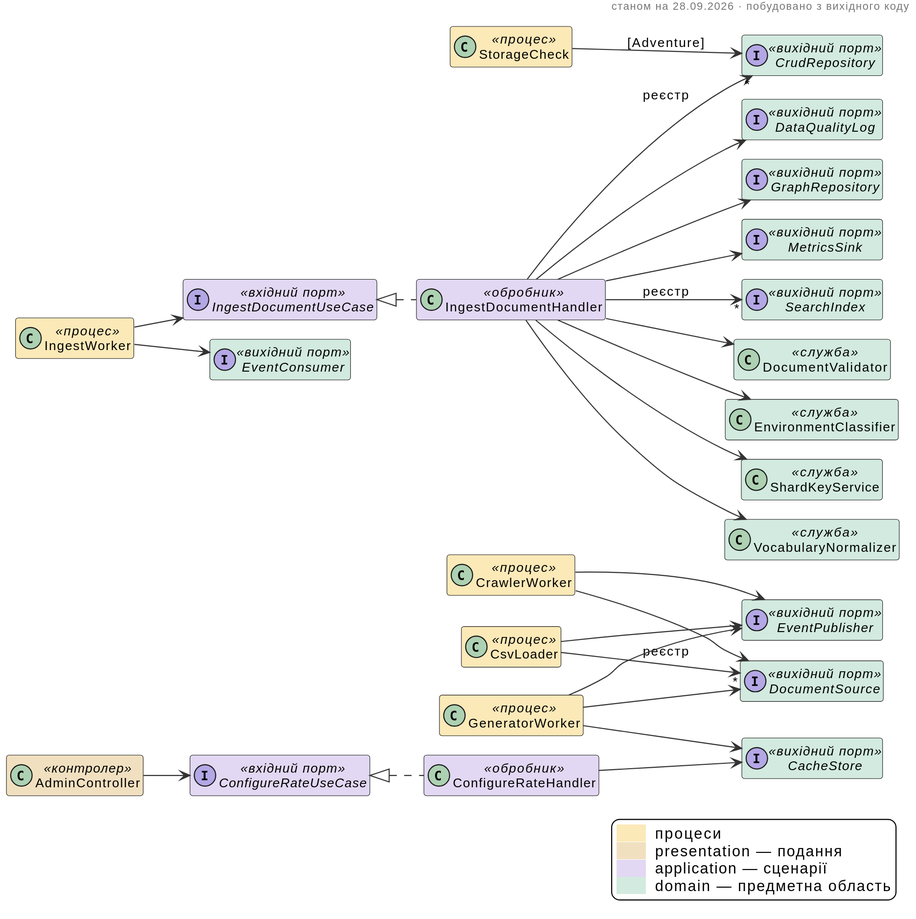
This is docs/diagrams/05-command-path.svg from Oleksiiska/DB_coursework_D-D, a PlantUML export, as it was before one commit.
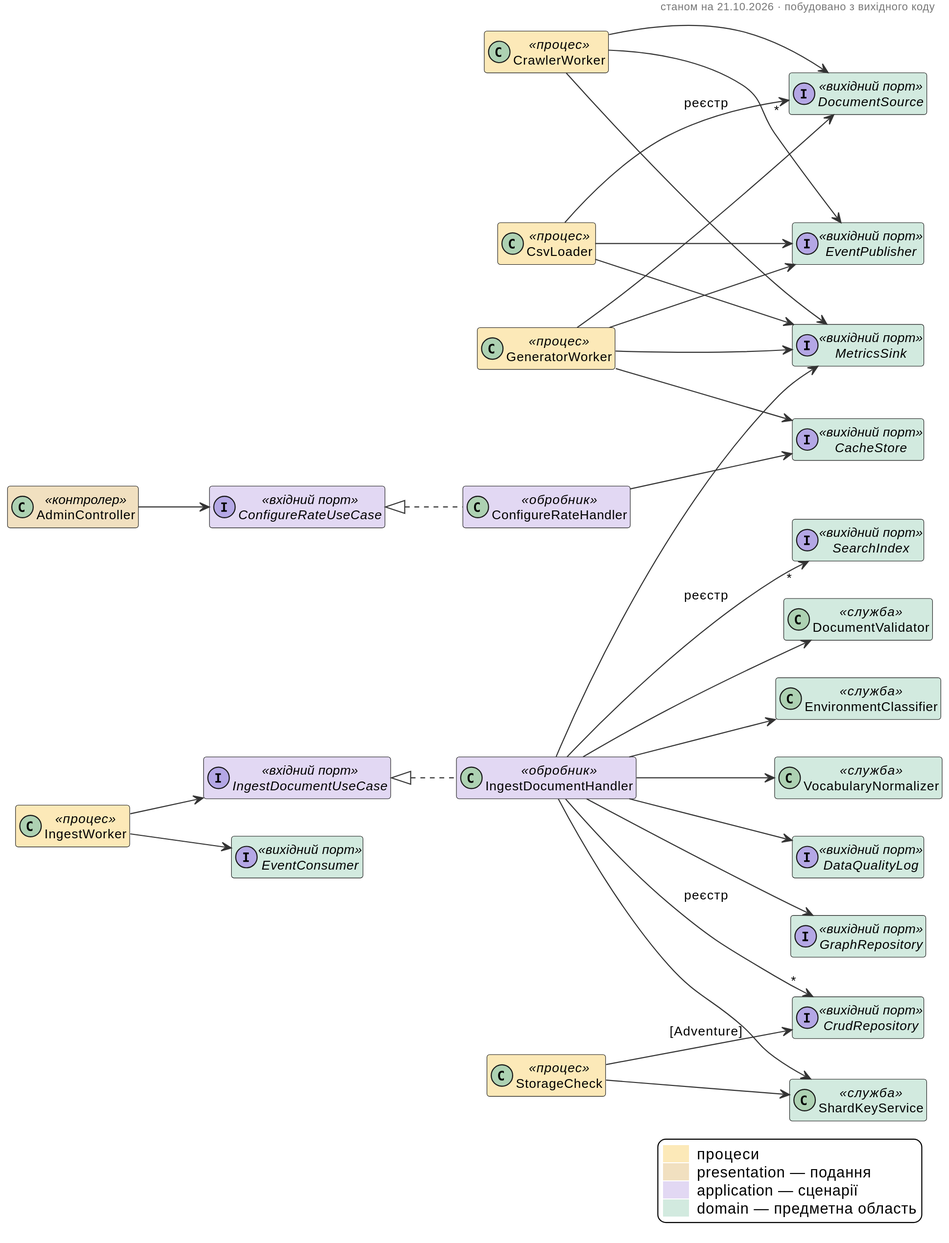
After the commit.

What changed in the source:
```diff
@@ -11,7 +11,7 @@
 hide empty members
 
 header
-станом на 28.09.2026 · побудовано з вихідного коду
+станом на 21.10.2026 · побудовано з вихідного коду
 endheader
 
 left to right direction
@@ -44,11 +44,14 @@
 ConfigureRateHandler --> CacheStore
 CrawlerWorker --> DocumentSource
 CrawlerWorker --> EventPublisher
+CrawlerWorker --> MetricsSink
 CsvLoader --> "*" DocumentSource : реєстр
 CsvLoader --> EventPublisher
+CsvLoader --> MetricsSink
 GeneratorWorker --> CacheStore
 GeneratorWorker --> DocumentSource
 GeneratorWorker --> EventPublisher
+GeneratorWorker --> MetricsSink
 IngestDocumentHandler --> "*" CrudRepository : реєстр
 IngestDocumentHandler --> DataQualityLog
 IngestDocumentHandler --> DocumentValidator
@@ -61,6 +64,7 @@
 IngestWorker --> EventConsumer
 IngestWorker --> IngestDocumentUseCase
 StorageCheck --> CrudRepository : [Adventure]
+StorageCheck --> ShardKeyService
 legend right
 <back:#FCE9B8>      </back>  процеси
 <back:#F1E0C0>      </back>  presentation — подання
```
